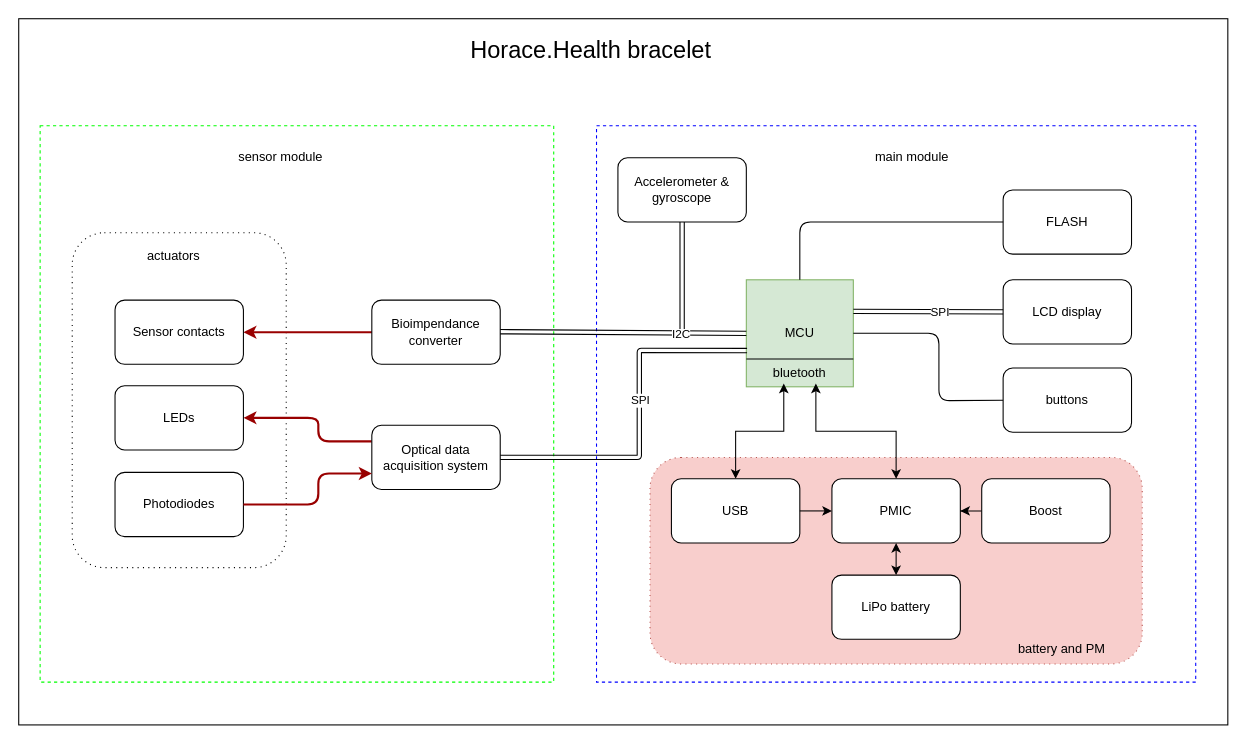
sugar-sensor/sensor-schematics keeps this draw.io diagram as block_diagram.drawio. Above is the earlier version. Source tidied: cells renumbered, new cells numbered last; positions are measured from the earlier drawing's top-left corner, leaving out a move shared by most shapes. Both pictures are drawn from the tidied source at 107%, with x=0, y=0 at pixel (18, 18).
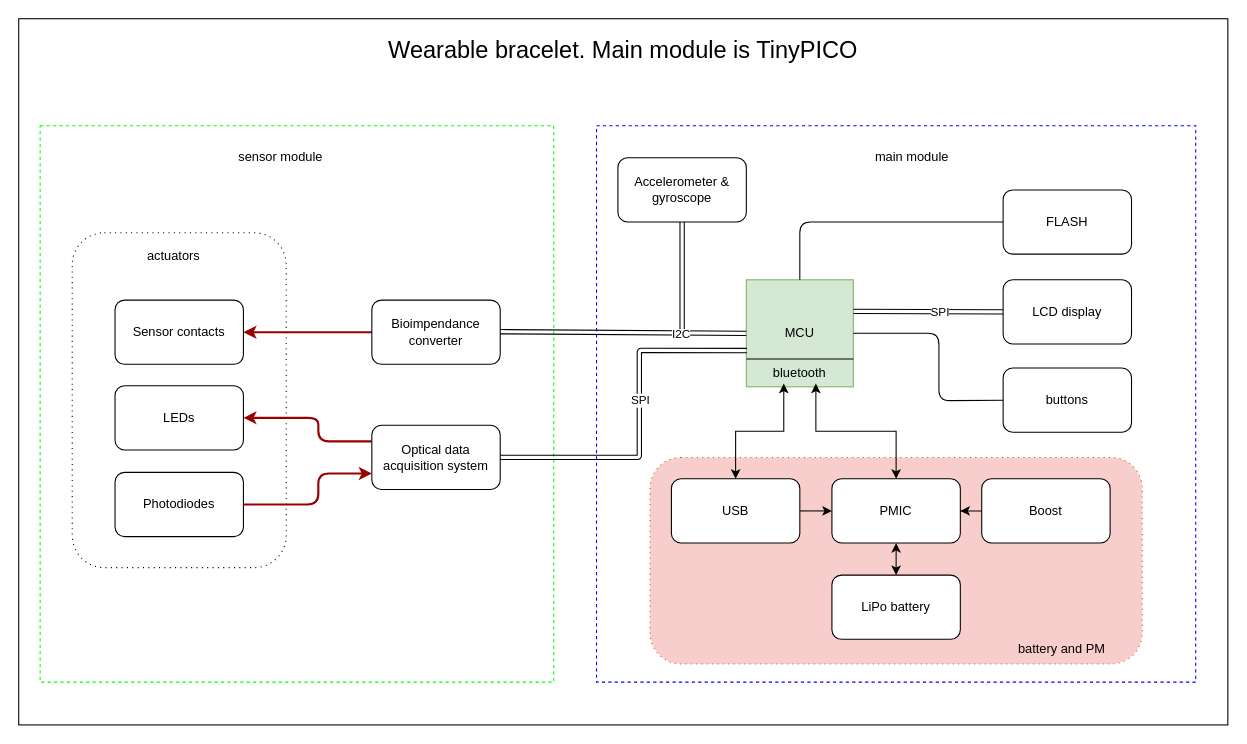
After the change.

Diff of the diagram source:
```diff
@@
-    <mxCell id="44" value="Horace.Health bracelet" style="text;html=1;strokeColor=none;fillColor=none;align=center;verticalAlign=middle;whiteSpace=wrap;rounded=0;fontSize=22;" parent="1" vertex="1">
-      <mxGeometry x="320" y="20" width="430" height="20" as="geometry" />
+    <mxCell id="44" value="Wearable bracelet. Main module is TinyPICO" style="text;html=1;strokeColor=none;fillColor=none;align=center;verticalAlign=middle;whiteSpace=wrap;rounded=0;fontSize=22;" parent="1" vertex="1">
+      <mxGeometry x="290" y="20" width="550" height="20" as="geometry" />
     </mxCell>
```
